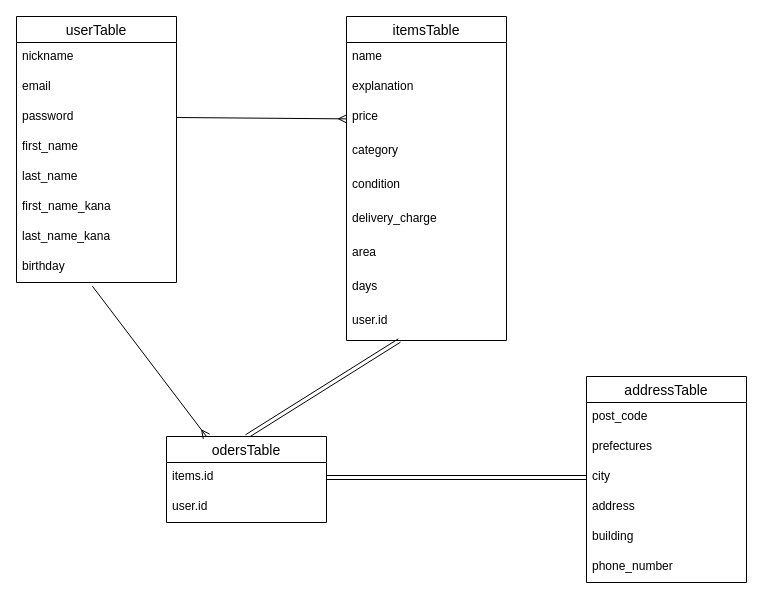
The draw.io diagram furima.dio in masa0501/furima-38438, before the edit. Source tidied: cells renumbered, new cells numbered last; positions are measured from the earlier drawing's top-left corner, leaving out a move shared by most shapes. Both pictures are drawn from the tidied source at 100%, with x=0, y=0 at pixel (16, 16).
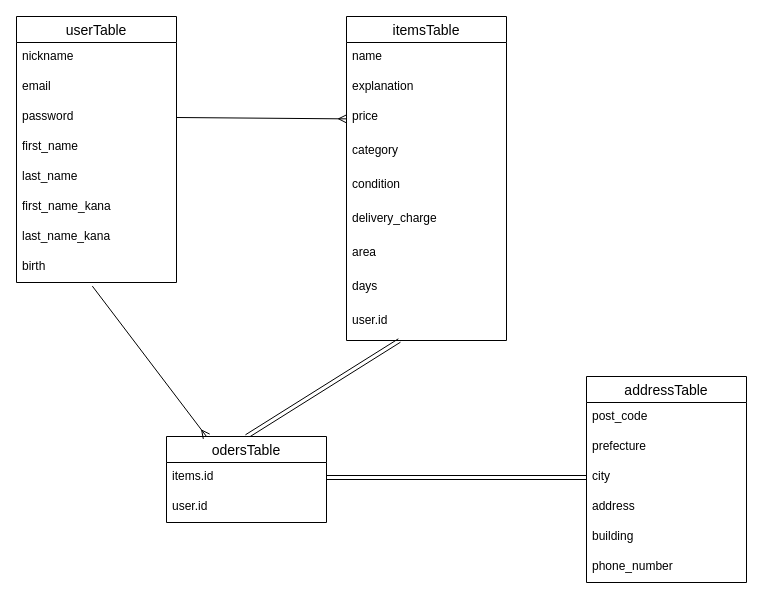
The same diagram, later.

Unchanged cells that the change refers to:
```xml
<mxCell id="2" value="userTable" style="swimlane;fontStyle=0;horizontal=1;startSize=26;align=center;fontSize=14;" parent="1" vertex="1">
  <mxGeometry width="160" height="266" as="geometry" />
</mxCell>
<mxCell id="26" value="addressTable" style="swimlane;fontStyle=0;horizontal=1;startSize=26;align=center;fontSize=14;" parent="1" vertex="1">
  <mxGeometry x="570" y="360" width="160" height="206" as="geometry" />
</mxCell>
```

Diff of the diagram source:
```diff
@@
-    <mxCell id="10" value="birthday" style="text;strokeColor=none;fillColor=none;spacingLeft=4;spacingRight=4;overflow=hidden;points=[[0,0.5],[1,0.5]];portConstraint=eastwest;fontSize=12;" parent="2" vertex="1">
+    <mxCell id="10" value="birth" style="text;strokeColor=none;fillColor=none;spacingLeft=4;spacingRight=4;overflow=hidden;points=[[0,0.5],[1,0.5]];portConstraint=eastwest;fontSize=12;" parent="2" vertex="1">
       <mxGeometry y="236" width="160" height="30" as="geometry" />
     </mxCell>
@@
-    <mxCell id="28" value="prefectures" style="text;strokeColor=none;fillColor=none;spacingLeft=4;spacingRight=4;overflow=hidden;fontSize=12;" parent="26" vertex="1">
+    <mxCell id="28" value="prefecture" style="text;strokeColor=none;fillColor=none;spacingLeft=4;spacingRight=4;overflow=hidden;fontSize=12;" parent="26" vertex="1">
       <mxGeometry y="56" width="160" height="30" as="geometry" />
     </mxCell>
```
